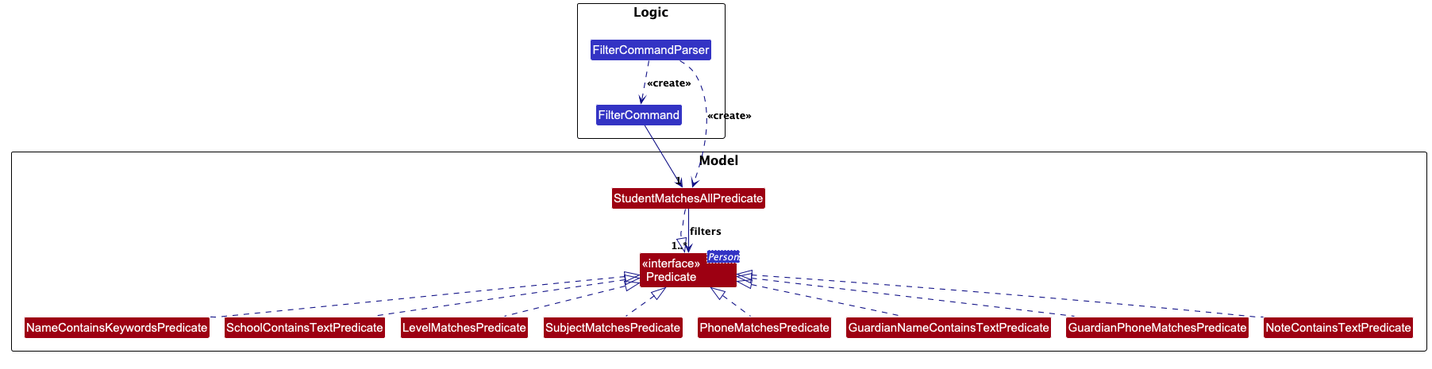
Above: docs/images/FilterClassDiagram.png in AY2627S1-CS2103T-T09-1/tp (PlantUML), before the change.
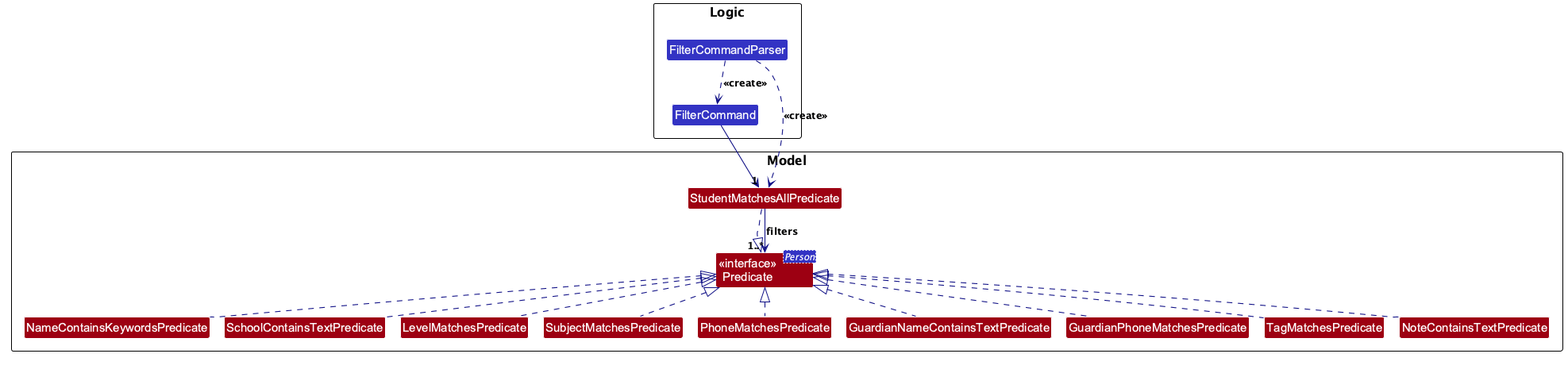
The same file after the commit.

Commit message:
Let filter search tags with t/

What changed in the source:
```diff
@@ -1,4 +1,5 @@
 @startuml
+!pragma layout smetana
 !include style.puml
 skinparam arrowThickness 1.1
 skinparam arrowColor LOGIC_COLOR_T4
@@ -19,6 +20,7 @@
 Class PhoneMatchesPredicate MODEL_COLOR
 Class GuardianNameContainsTextPredicate MODEL_COLOR
 Class GuardianPhoneMatchesPredicate MODEL_COLOR
+Class TagMatchesPredicate MODEL_COLOR
 Class NoteContainsTextPredicate MODEL_COLOR
 }
 
@@ -36,5 +38,6 @@
 PhoneMatchesPredicate .up.|> Predicate
 GuardianNameContainsTextPredicate .up.|> Predicate
 GuardianPhoneMatchesPredicate .up.|> Predicate
+TagMatchesPredicate .up.|> Predicate
 NoteContainsTextPredicate .up.|> Predicate
 @enduml
```
